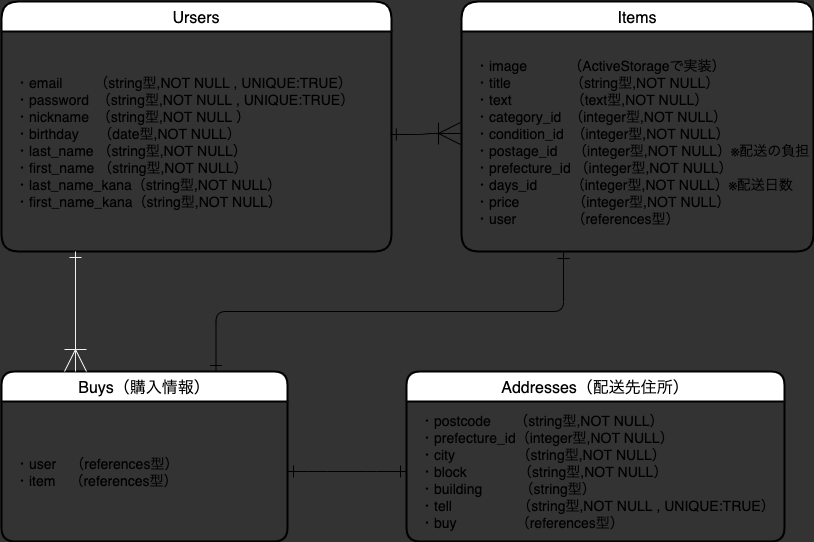
The draw.io diagram furima.drawio.png in misato-yabe/furima-32068, before a commit. Source tidied: cells renumbered, new cells last; positions are measured from the earlier drawing's top-left corner, leaving out a move shared by most shapes.
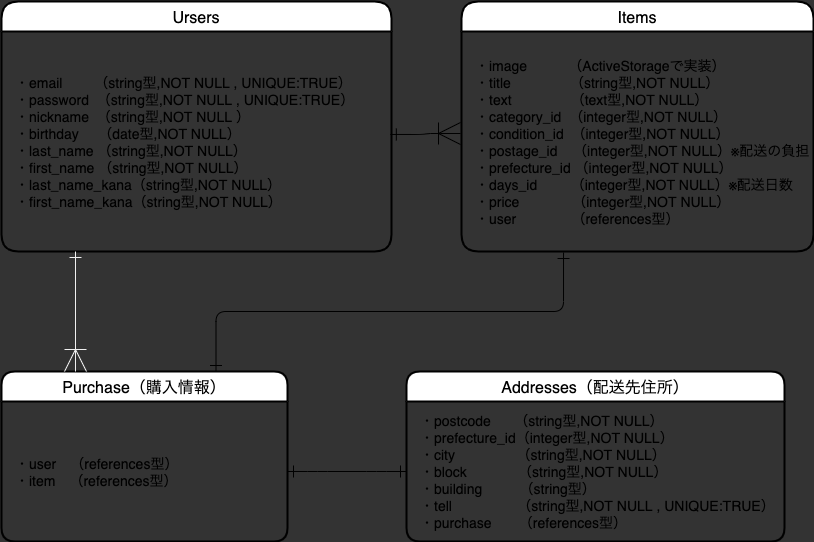
Above is the later version.

What changed in the source:
```diff
@@ -31,7 +31,7 @@
     <mxCell id="8" value="・image　       （ActiveStorageで実装）&#10;・title　　        （string型,NOT NULL）&#10;・text　　        （text型,NOT NULL）&#10;・category_id  （integer型,NOT NULL）&#10;・condition_id  （integer型,NOT NULL）&#10;・postage_id    （integer型,NOT NULL）※配送の負担&#10;・prefecture_id （integer型,NOT NULL）&#10;・days_id　     （integer型,NOT NULL）※配送日数&#10;・price　          （integer型,NOT NULL）&#10;・user　　       （references型）" style="align=left;strokeColor=none;fillColor=none;spacingLeft=4;fontSize=14;verticalAlign=middle;spacing=10;" parent="7" vertex="1">
       <mxGeometry y="30" width="352" height="220" as="geometry" />
     </mxCell>
-    <mxCell id="9" value="Buys（購入情報）" style="swimlane;horizontal=1;startSize=30;rounded=1;fontSize=16;fontStyle=0;strokeWidth=2;shadow=0;dashed=0;align=center;" parent="1" vertex="1">
+    <mxCell id="9" value="Purchase（購入情報）" style="swimlane;horizontal=1;startSize=30;rounded=1;fontSize=16;fontStyle=0;strokeWidth=2;shadow=0;dashed=0;align=center;" parent="1" vertex="1">
       <mxGeometry y="370" width="286" height="170" as="geometry" />
     </mxCell>
     <mxCell id="10" value="・user　（references型）&#10;・item　（references型）" style="align=left;strokeColor=none;fillColor=none;spacingLeft=4;fontSize=14;verticalAlign=middle;labelBackgroundColor=none;labelBorderColor=none;spacing=10;" parent="9" vertex="1">
@@ -49,7 +49,7 @@
     <mxCell id="12" value="Addresses（配送先住所）" style="swimlane;horizontal=1;startSize=30;rounded=1;fontSize=16;fontStyle=0;strokeWidth=2;shadow=0;dashed=0;align=center;" parent="1" vertex="1">
       <mxGeometry x="405" y="370" width="378" height="170" as="geometry" />
     </mxCell>
-    <mxCell id="13" value="・postcode      （string型,NOT NULL）&#10;・prefecture_id（integer型,NOT NULL）&#10;・city　　　     （string型,NOT NULL）&#10;・block　　      （string型,NOT NULL）&#10;・building　      （string型）&#10;・tell　　　      （string型,NOT NULL , UNIQUE:TRUE）&#10;・buy　　        （references型）" style="align=left;strokeColor=none;fillColor=none;spacingLeft=4;fontSize=14;verticalAlign=middle;labelBackgroundColor=none;labelBorderColor=none;spacing=10;" parent="12" vertex="1">
+    <mxCell id="13" value="・postcode      （string型,NOT NULL）&#10;・prefecture_id（integer型,NOT NULL）&#10;・city　　　     （string型,NOT NULL）&#10;・block　　      （string型,NOT NULL）&#10;・building　      （string型）&#10;・tell　　　      （string型,NOT NULL , UNIQUE:TRUE）&#10;・purchase       （references型）" style="align=left;strokeColor=none;fillColor=none;spacingLeft=4;fontSize=14;verticalAlign=middle;labelBackgroundColor=none;labelBorderColor=none;spacing=10;" parent="12" vertex="1">
       <mxGeometry y="30" width="378" height="140" as="geometry" />
     </mxCell>
   </root>
```
